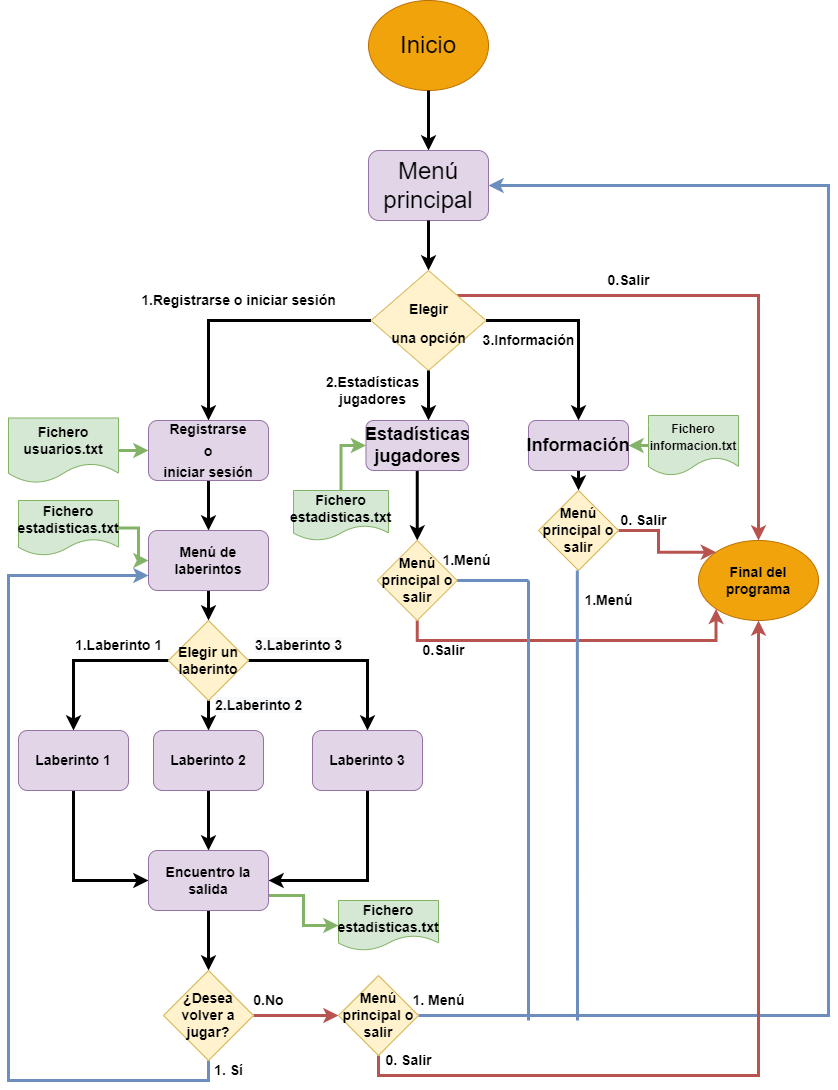
aigora/twE100_2122-te-has-perdido keeps this draw.io diagram as diagrama_de_flujo.png. Above is the earlier version. Source tidied: cells renumbered, new cells last; positions are measured from the earlier drawing's top-left corner, leaving out a move shared by most shapes.
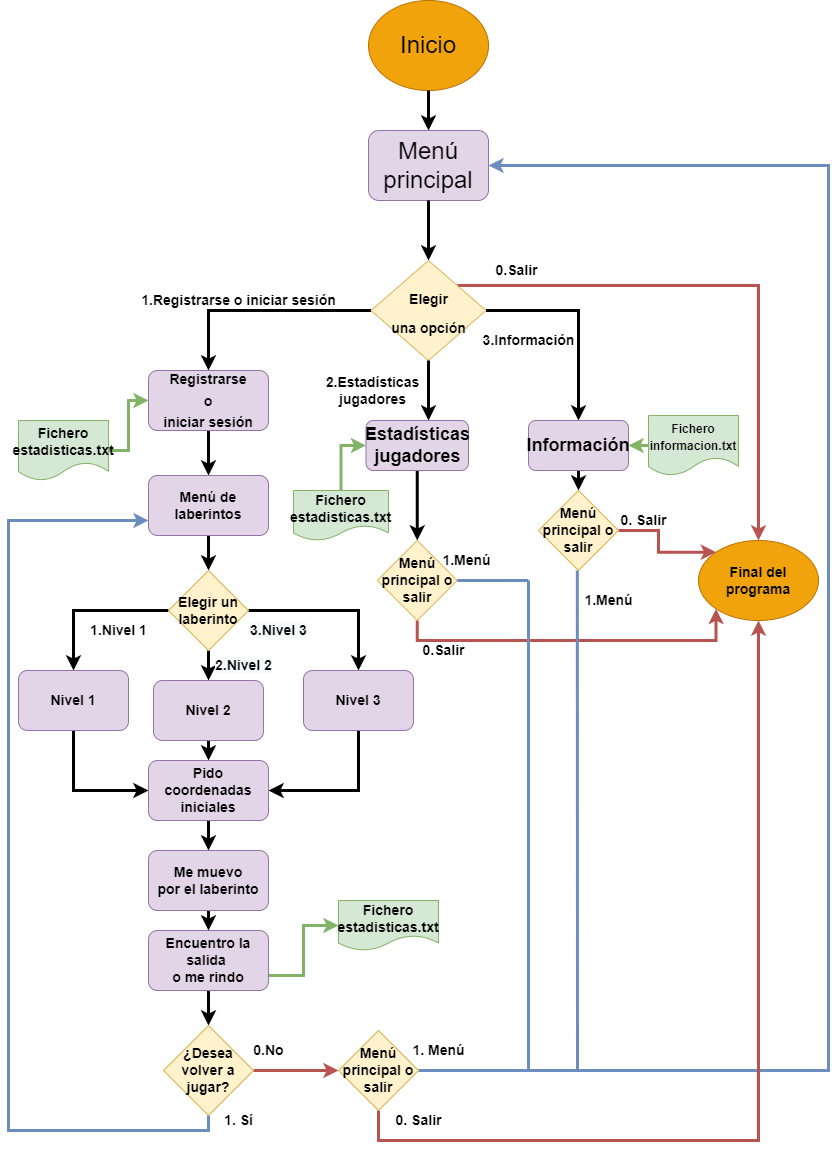
Above is the later version.

Commit message:
Cambio en el diagrama de flujos

Change to the diagram source:
```diff
@@ -5,18 +5,14 @@
     <mxCell id="2" value="&lt;font style=&quot;font-size: 24px&quot;&gt;Inicio&lt;/font&gt;" style="ellipse;whiteSpace=wrap;html=1;fillColor=#f0a30a;fontColor=#000000;strokeColor=#BD7000;" parent="1" vertex="1">
       <mxGeometry x="360" width="120" height="90" as="geometry" />
     </mxCell>
-    <mxCell id="3" style="endArrow=classic;html=1;rounded=0;fontSize=24;exitX=0.5;exitY=1;exitDx=0;exitDy=0;strokeWidth=3;" parent="1" edge="1" source="2">
-      <mxGeometry relative="1" as="geometry">
-        <mxPoint x="420" y="150" as="targetPoint" />
-      </mxGeometry>
+    <mxCell id="3" style="endArrow=classic;html=1;rounded=0;fontSize=24;exitX=0.5;exitY=1;exitDx=0;exitDy=0;strokeWidth=3;entryX=0.5;entryY=0;entryDx=0;entryDy=0;" parent="1" edge="1" source="2" target="4">
+      <mxGeometry relative="1" as="geometry" />
     </mxCell>
     <mxCell id="4" value="&lt;font style=&quot;font-size: 24px&quot;&gt;Menú&lt;br&gt;principal&lt;/font&gt;" style="rounded=1;whiteSpace=wrap;html=1;fontSize=24;align=center;fillColor=#e1d5e7;strokeColor=#9673a6;" parent="1" vertex="1">
-      <mxGeometry x="360" y="150" width="120" height="70" as="geometry" />
+      <mxGeometry x="360" y="130" width="120" height="70" as="geometry" />
     </mxCell>
-    <mxCell id="5" style="endArrow=classic;html=1;rounded=0;fontSize=24;exitX=0.5;exitY=1;exitDx=0;exitDy=0;strokeWidth=3;" parent="1" edge="1" source="4">
-      <mxGeometry relative="1" as="geometry">
-        <mxPoint x="420" y="270" as="targetPoint" />
-      </mxGeometry>
+    <mxCell id="5" style="endArrow=classic;html=1;rounded=0;fontSize=24;exitX=0.5;exitY=1;exitDx=0;exitDy=0;strokeWidth=3;entryX=0.5;entryY=0;entryDx=0;entryDy=0;" parent="1" edge="1" source="4" target="9">
+      <mxGeometry relative="1" as="geometry" />
     </mxCell>
     <mxCell id="6" style="edgeStyle=orthogonalEdgeStyle;rounded=0;jettySize=auto;html=1;exitX=0;exitY=0.5;exitDx=0;exitDy=0;entryX=0.5;entryY=0;entryDx=0;entryDy=0;fontSize=18;strokeWidth=3;" parent="1" edge="1" source="9" target="12">
       <mxGeometry relative="1" as="geometry" />
@@ -28,7 +24,7 @@
       <mxGeometry relative="1" as="geometry" />
     </mxCell>
     <mxCell id="9" value="&lt;font style=&quot;font-size: 14px&quot;&gt;&lt;b&gt;Elegir&lt;br&gt;una opción&lt;/b&gt;&lt;/font&gt;" style="rhombus;whiteSpace=wrap;html=1;fontSize=24;fillColor=#fff2cc;strokeColor=#d6b656;" parent="1" vertex="1">
-      <mxGeometry x="362.5" y="270" width="115" height="100" as="geometry" />
+      <mxGeometry x="362.5" y="260" width="115" height="100" as="geometry" />
     </mxCell>
     <mxCell id="10" style="endArrow=classic;html=1;rounded=0;fontSize=18;exitX=0.5;exitY=1;exitDx=0;exitDy=0;strokeWidth=3;" parent="1" edge="1" source="9">
       <mxGeometry relative="1" as="geometry">
@@ -39,7 +35,7 @@
       <mxGeometry relative="1" as="geometry" />
     </mxCell>
     <mxCell id="12" value="&lt;font style=&quot;font-size: 14px&quot;&gt;&lt;b&gt;Registrarse&lt;br&gt;o&lt;br&gt;iniciar sesión&lt;/b&gt;&lt;/font&gt;" style="rounded=1;whiteSpace=wrap;html=1;fontSize=18;fillColor=#e1d5e7;strokeColor=#9673a6;" parent="1" vertex="1">
-      <mxGeometry x="140" y="420" width="120" height="60" as="geometry" />
+      <mxGeometry x="140" y="370" width="120" height="60" as="geometry" />
     </mxCell>
     <mxCell id="13" style="edgeStyle=orthogonalEdgeStyle;rounded=0;jettySize=auto;html=1;exitX=0.5;exitY=1;exitDx=0;exitDy=0;entryX=0.5;entryY=0;entryDx=0;entryDy=0;fontSize=12;strokeWidth=3;" parent="1" edge="1" source="14" target="55">
       <mxGeometry relative="1" as="geometry" />
@@ -57,7 +53,7 @@
       <mxGeometry x="690" y="540" width="120" height="80" as="geometry" />
     </mxCell>
     <mxCell id="18" value="&lt;b&gt;0.Salir&lt;/b&gt;" style="text;html=1;align=center;verticalAlign=middle;strokeColor=none;fillColor=none;fontSize=14;" parent="1" vertex="1">
-      <mxGeometry x="590" y="270" width="60" height="20" as="geometry" />
+      <mxGeometry x="477.5" y="260" width="60" height="20" as="geometry" />
     </mxCell>
     <mxCell id="19" value="&lt;b&gt;3.Información&lt;/b&gt;" style="text;html=1;align=center;verticalAlign=middle;strokeColor=none;fillColor=none;fontSize=14;" parent="1" vertex="1">
       <mxGeometry x="465" y="330" width="110" height="20" as="geometry" />
@@ -72,13 +68,13 @@
       <mxGeometry relative="1" as="geometry" />
     </mxCell>
     <mxCell id="23" value="&lt;b&gt;Menú de laberintos&lt;/b&gt;" style="rounded=1;whiteSpace=wrap;html=1;fontSize=14;fillColor=#e1d5e7;strokeColor=#9673a6;" parent="1" vertex="1">
-      <mxGeometry x="140" y="530" width="120" height="60" as="geometry" />
+      <mxGeometry x="140" y="475" width="120" height="60" as="geometry" />
     </mxCell>
-    <mxCell id="24" style="edgeStyle=orthogonalEdgeStyle;rounded=0;jettySize=auto;html=1;exitX=1;exitY=0.5;exitDx=0;exitDy=0;entryX=0;entryY=0.5;entryDx=0;entryDy=0;fontSize=14;fillColor=#d5e8d4;strokeColor=#82b366;strokeWidth=3;" parent="1" edge="1" source="25" target="23">
-      <mxGeometry relative="1" as="geometry" />
-    </mxCell>
+    <mxCell id="70" style="edgeStyle=orthogonalEdgeStyle;rounded=0;jettySize=auto;html=1;exitX=1;exitY=0.5;exitDx=0;exitDy=0;entryX=0;entryY=0.5;entryDx=0;entryDy=0;fillColor=#d5e8d4;strokeColor=#82b366;strokeWidth=3;" parent="1" edge="1" source="25" target="12">
+      <mxGeometry relative="1" as="geometry" />
+    </mxCell>
     <mxCell id="25" value="&lt;b&gt;Fichero&lt;/b&gt;&lt;b&gt;&lt;br&gt;estadisticas.txt&lt;/b&gt;" style="shape=document;whiteSpace=wrap;html=1;boundedLbl=1;fontSize=14;fillColor=#d5e8d4;strokeColor=#82b366;" parent="1" vertex="1">
-      <mxGeometry x="10" y="500" width="100" height="55" as="geometry" />
+      <mxGeometry x="10" y="420" width="90" height="60" as="geometry" />
     </mxCell>
     <mxCell id="26" style="edgeStyle=orthogonalEdgeStyle;rounded=0;jettySize=auto;html=1;exitX=0.5;exitY=1;exitDx=0;exitDy=0;entryX=0.5;entryY=0;entryDx=0;entryDy=0;fontSize=14;strokeWidth=3;" parent="1" edge="1" source="29" target="33">
       <mxGeometry relative="1" as="geometry" />
@@ -90,25 +86,25 @@
       <mxGeometry relative="1" as="geometry" />
     </mxCell>
     <mxCell id="29" value="&lt;b&gt;Elegir un laberinto&lt;/b&gt;" style="rhombus;whiteSpace=wrap;html=1;fontSize=14;fillColor=#fff2cc;strokeColor=#d6b656;" parent="1" vertex="1">
-      <mxGeometry x="160" y="620" width="80" height="80" as="geometry" />
+      <mxGeometry x="160" y="570" width="80" height="80" as="geometry" />
     </mxCell>
-    <mxCell id="30" style="edgeStyle=orthogonalEdgeStyle;rounded=0;jettySize=auto;html=1;exitX=0.5;exitY=1;exitDx=0;exitDy=0;entryX=0;entryY=0.5;entryDx=0;entryDy=0;fontSize=14;strokeWidth=3;" parent="1" edge="1" source="31" target="38">
-      <mxGeometry relative="1" as="geometry" />
-    </mxCell>
+    <mxCell id="71" style="edgeStyle=orthogonalEdgeStyle;rounded=0;jettySize=auto;html=1;exitX=0.5;exitY=1;exitDx=0;exitDy=0;entryX=0;entryY=0.5;entryDx=0;entryDy=0;strokeWidth=3;" parent="1" edge="1" source="31" target="75">
+      <mxGeometry relative="1" as="geometry" />
+    </mxCell>
-    <mxCell id="31" value="&lt;b&gt;Laberinto 1&lt;/b&gt;" style="rounded=1;whiteSpace=wrap;html=1;fontSize=14;fillColor=#e1d5e7;strokeColor=#9673a6;" parent="1" vertex="1">
-      <mxGeometry x="10" y="730" width="110" height="60" as="geometry" />
+    <mxCell id="31" value="&lt;b&gt;Nivel 1&lt;/b&gt;" style="rounded=1;whiteSpace=wrap;html=1;fontSize=14;fillColor=#e1d5e7;strokeColor=#9673a6;" parent="1" vertex="1">
+      <mxGeometry x="10" y="670" width="110" height="60" as="geometry" />
     </mxCell>
-    <mxCell id="32" style="edgeStyle=orthogonalEdgeStyle;rounded=0;jettySize=auto;html=1;exitX=0.5;exitY=1;exitDx=0;exitDy=0;entryX=0.5;entryY=0;entryDx=0;entryDy=0;fontSize=14;strokeWidth=3;" parent="1" edge="1" source="33" target="38">
-      <mxGeometry relative="1" as="geometry" />
-    </mxCell>
+    <mxCell id="72" style="edgeStyle=orthogonalEdgeStyle;rounded=0;jettySize=auto;html=1;exitX=0.5;exitY=1;exitDx=0;exitDy=0;entryX=0.5;entryY=0;entryDx=0;entryDy=0;strokeWidth=3;" parent="1" edge="1" source="33" target="75">
+      <mxGeometry relative="1" as="geometry" />
+    </mxCell>
-    <mxCell id="33" value="&lt;b&gt;Laberinto 2&lt;/b&gt;" style="rounded=1;whiteSpace=wrap;html=1;fontSize=14;fillColor=#e1d5e7;strokeColor=#9673a6;" parent="1" vertex="1">
-      <mxGeometry x="145" y="730" width="110" height="60" as="geometry" />
+    <mxCell id="33" value="&lt;b&gt;Nivel 2&lt;/b&gt;" style="rounded=1;whiteSpace=wrap;html=1;fontSize=14;fillColor=#e1d5e7;strokeColor=#9673a6;" parent="1" vertex="1">
+      <mxGeometry x="145" y="680" width="110" height="60" as="geometry" />
     </mxCell>
-    <mxCell id="34" style="edgeStyle=orthogonalEdgeStyle;rounded=0;jettySize=auto;html=1;exitX=0.5;exitY=1;exitDx=0;exitDy=0;entryX=1;entryY=0.5;entryDx=0;entryDy=0;fontSize=14;strokeWidth=3;" parent="1" edge="1" source="35" target="38">
-      <mxGeometry relative="1" as="geometry" />
-    </mxCell>
+    <mxCell id="73" style="edgeStyle=orthogonalEdgeStyle;rounded=0;jettySize=auto;html=1;exitX=0.5;exitY=1;exitDx=0;exitDy=0;entryX=1;entryY=0.5;entryDx=0;entryDy=0;strokeWidth=3;" parent="1" edge="1" source="35" target="75">
+      <mxGeometry relative="1" as="geometry" />
+    </mxCell>
-    <mxCell id="35" value="&lt;b&gt;Laberinto 3&lt;/b&gt;" style="rounded=1;whiteSpace=wrap;html=1;fontSize=14;fillColor=#e1d5e7;strokeColor=#9673a6;" parent="1" vertex="1">
-      <mxGeometry x="304" y="730" width="110" height="60" as="geometry" />
+    <mxCell id="35" value="&lt;b&gt;Nivel 3&lt;/b&gt;" style="rounded=1;whiteSpace=wrap;html=1;fontSize=14;fillColor=#e1d5e7;strokeColor=#9673a6;" parent="1" vertex="1">
+      <mxGeometry x="295" y="670" width="110" height="60" as="geometry" />
     </mxCell>
     <mxCell id="36" style="edgeStyle=orthogonalEdgeStyle;rounded=0;jettySize=auto;html=1;exitX=1;exitY=0.75;exitDx=0;exitDy=0;entryX=0;entryY=0.5;entryDx=0;entryDy=0;fontSize=14;fillColor=#d5e8d4;strokeColor=#82b366;strokeWidth=3;" parent="1" edge="1" source="38" target="39">
       <mxGeometry relative="1" as="geometry" />
@@ -116,8 +112,8 @@
     <mxCell id="37" style="edgeStyle=orthogonalEdgeStyle;rounded=0;jettySize=auto;html=1;exitX=0.5;exitY=1;exitDx=0;exitDy=0;entryX=0.5;entryY=0;entryDx=0;entryDy=0;fontSize=14;strokeWidth=3;" parent="1" edge="1" source="38" target="42">
       <mxGeometry relative="1" as="geometry" />
     </mxCell>
-    <mxCell id="38" value="&lt;b&gt;Encuentro la salida&lt;/b&gt;" style="rounded=1;whiteSpace=wrap;html=1;fontSize=14;fillColor=#e1d5e7;strokeColor=#9673a6;" parent="1" vertex="1">
-      <mxGeometry x="140" y="850" width="120" height="60" as="geometry" />
+    <mxCell id="38" value="&lt;b&gt;Encuentro la salida &lt;br&gt;o me rindo&lt;/b&gt;" style="rounded=1;whiteSpace=wrap;html=1;fontSize=14;fillColor=#e1d5e7;strokeColor=#9673a6;" parent="1" vertex="1">
+      <mxGeometry x="140" y="930" width="120" height="60" as="geometry" />
     </mxCell>
     <mxCell id="39" value="&lt;b&gt;Fichero&lt;/b&gt;&lt;b&gt;&lt;br&gt;estadisticas.txt&lt;/b&gt;" style="shape=document;whiteSpace=wrap;html=1;boundedLbl=1;fontSize=14;fillColor=#d5e8d4;strokeColor=#82b366;" parent="1" vertex="1">
       <mxGeometry x="330" y="900" width="100" height="50" as="geometry" />
@@ -128,40 +124,45 @@
     <mxCell id="41" style="edgeStyle=orthogonalEdgeStyle;rounded=0;jettySize=auto;html=1;exitX=0.5;exitY=1;exitDx=0;exitDy=0;entryX=0;entryY=0.75;entryDx=0;entryDy=0;fontSize=14;strokeWidth=3;fillColor=#dae8fc;strokeColor=#6c8ebf;" parent="1" edge="1" source="42" target="23">
       <mxGeometry relative="1" as="geometry">
         <Array as="points">
-          <mxPoint x="200" y="1080" />
-          <mxPoint y="1080" />
-          <mxPoint y="575" />
+          <mxPoint x="200" y="1130" />
+          <mxPoint y="1130" />
+          <mxPoint y="520" />
         </Array>
       </mxGeometry>
     </mxCell>
     <mxCell id="42" value="&lt;b&gt;¿Desea volver a jugar?&lt;/b&gt;" style="rhombus;whiteSpace=wrap;html=1;fontSize=14;fillColor=#fff2cc;strokeColor=#d6b656;" parent="1" vertex="1">
-      <mxGeometry x="155" y="970" width="90" height="90" as="geometry" />
+      <mxGeometry x="155" y="1025" width="90" height="90" as="geometry" />
     </mxCell>
-    <mxCell id="43" style="edgeStyle=orthogonalEdgeStyle;rounded=0;jettySize=auto;html=1;exitX=1;exitY=0.5;exitDx=0;exitDy=0;entryX=1;entryY=0.5;entryDx=0;entryDy=0;fontSize=14;fillColor=#dae8fc;strokeColor=#6c8ebf;strokeWidth=3;" parent="1" edge="1" source="45" target="4">
+    <mxCell id="43" style="edgeStyle=orthogonalEdgeStyle;rounded=0;jettySize=auto;html=1;exitX=1;exitY=0.5;exitDx=0;exitDy=0;fontSize=14;fillColor=#dae8fc;strokeColor=#6c8ebf;strokeWidth=3;entryX=1;entryY=0.5;entryDx=0;entryDy=0;" parent="1" edge="1" source="45" target="4">
       <mxGeometry relative="1" as="geometry">
         <Array as="points">
-          <mxPoint x="820" y="1015" />
-          <mxPoint x="820" y="185" />
+          <mxPoint x="820" y="1070" />
+          <mxPoint x="820" y="165" />
         </Array>
       </mxGeometry>
     </mxCell>
     <mxCell id="44" style="edgeStyle=orthogonalEdgeStyle;rounded=0;jettySize=auto;html=1;exitX=0.5;exitY=1;exitDx=0;exitDy=0;entryX=0.5;entryY=1;entryDx=0;entryDy=0;fontSize=14;fillColor=#f8cecc;strokeColor=#b85450;strokeWidth=3;" parent="1" edge="1" source="45" target="17">
-      <mxGeometry relative="1" as="geometry" />
+      <mxGeometry relative="1" as="geometry">
+        <Array as="points">
+          <mxPoint x="370" y="1140" />
+          <mxPoint x="750" y="1140" />
+        </Array>
+      </mxGeometry>
     </mxCell>
     <mxCell id="45" value="&lt;b&gt;Menú principal o salir&lt;/b&gt;" style="rhombus;whiteSpace=wrap;html=1;fontSize=14;fillColor=#fff2cc;strokeColor=#d6b656;" parent="1" vertex="1">
-      <mxGeometry x="330" y="975" width="80" height="80" as="geometry" />
+      <mxGeometry x="330" y="1030" width="80" height="80" as="geometry" />
     </mxCell>
     <mxCell id="46" value="&lt;b&gt;0.No&lt;/b&gt;" style="text;html=1;align=center;verticalAlign=middle;strokeColor=none;fillColor=none;fontSize=14;" parent="1" vertex="1">
-      <mxGeometry x="235" y="990" width="50" height="20" as="geometry" />
+      <mxGeometry x="235" y="1040" width="50" height="20" as="geometry" />
     </mxCell>
     <mxCell id="47" value="&lt;b&gt;1. Sí&lt;/b&gt;" style="text;html=1;align=center;verticalAlign=middle;strokeColor=none;fillColor=none;fontSize=14;" parent="1" vertex="1">
-      <mxGeometry x="200" y="1060" width="40" height="20" as="geometry" />
+      <mxGeometry x="210" y="1110" width="40" height="20" as="geometry" />
     </mxCell>
     <mxCell id="48" value="&lt;b&gt;1. Menú&lt;/b&gt;" style="text;html=1;align=center;verticalAlign=middle;strokeColor=none;fillColor=none;fontSize=14;" parent="1" vertex="1">
-      <mxGeometry x="395" y="990" width="70" height="20" as="geometry" />
+      <mxGeometry x="395" y="1040" width="70" height="20" as="geometry" />
     </mxCell>
     <mxCell id="49" value="&lt;b&gt;0. Salir&lt;/b&gt;" style="text;html=1;align=center;verticalAlign=middle;strokeColor=none;fillColor=none;fontSize=14;" parent="1" vertex="1">
-      <mxGeometry x="370" y="1050" width="60" height="20" as="geometry" />
+      <mxGeometry x="380" y="1110" width="60" height="20" as="geometry" />
     </mxCell>
     <mxCell id="50" style="edgeStyle=orthogonalEdgeStyle;rounded=0;jettySize=auto;html=1;exitX=0;exitY=0.5;exitDx=0;exitDy=0;entryX=1;entryY=0.5;entryDx=0;entryDy=0;fontSize=14;fillColor=#d5e8d4;strokeColor=#82b366;strokeWidth=3;" parent="1" edge="1" source="51" target="16">
       <mxGeometry relative="1" as="geometry" />
@@ -213,29 +214,35 @@
     <mxCell id="63" style="endArrow=none;html=1;rounded=0;fontSize=14;strokeWidth=3;fillColor=#dae8fc;strokeColor=#6c8ebf;" parent="1" edge="1">
       <mxGeometry relative="1" as="geometry">
         <mxPoint x="520" y="580" as="sourcePoint" />
-        <mxPoint x="520" y="1020" as="targetPoint" />
+        <mxPoint x="520" y="1070" as="targetPoint" />
       </mxGeometry>
     </mxCell>
     <mxCell id="64" style="endArrow=none;html=1;rounded=0;fontSize=14;strokeWidth=3;fillColor=#dae8fc;strokeColor=#6c8ebf;" parent="1" edge="1">
       <mxGeometry relative="1" as="geometry">
-        <mxPoint x="569" y="1020" as="sourcePoint" />
+        <mxPoint x="569" y="1070" as="sourcePoint" />
         <mxPoint x="568.8" y="570" as="targetPoint" />
       </mxGeometry>
     </mxCell>
-    <mxCell id="65" style="edgeStyle=orthogonalEdgeStyle;rounded=0;jettySize=auto;html=1;exitX=1;exitY=0.5;exitDx=0;exitDy=0;fontSize=14;fillColor=#d5e8d4;strokeColor=#82b366;strokeWidth=3;" parent="1" edge="1" source="66" target="12">
-      <mxGeometry relative="1" as="geometry" />
-    </mxCell>
-    <mxCell id="66" value="&lt;font style=&quot;font-size: 14px;&quot;&gt;&lt;b&gt;Fichero&lt;br&gt;usuarios.txt&lt;/b&gt;&lt;/font&gt;" style="shape=document;whiteSpace=wrap;html=1;boundedLbl=1;fillColor=#d5e8d4;strokeColor=#82b366;" parent="1" vertex="1">
-      <mxGeometry y="417.5" width="110" height="65" as="geometry" />
-    </mxCell>
-    <mxCell id="67" value="&lt;b&gt;1.Laberinto 1&lt;/b&gt;" style="text;html=1;align=center;verticalAlign=middle;strokeColor=none;fillColor=none;fontSize=14;" parent="1" vertex="1">
-      <mxGeometry x="60" y="635" width="100" height="20" as="geometry" />
+    <mxCell id="67" value="&lt;b&gt;1.Nivel 1&lt;/b&gt;" style="text;html=1;align=center;verticalAlign=middle;strokeColor=none;fillColor=none;fontSize=14;" parent="1" vertex="1">
+      <mxGeometry x="75" y="620" width="70" height="20" as="geometry" />
     </mxCell>
-    <mxCell id="68" value="&lt;span style=&quot;color: rgb(0, 0, 0); font-family: Helvetica; font-size: 14px; font-style: normal; font-variant-ligatures: normal; font-variant-caps: normal; letter-spacing: normal; orphans: 2; text-align: center; text-indent: 0px; text-transform: none; widows: 2; word-spacing: 0px; -webkit-text-stroke-width: 0px; background-color: rgb(248, 249, 250); text-decoration-thickness: initial; text-decoration-style: initial; text-decoration-color: initial; float: none; display: inline !important;&quot;&gt;&lt;b&gt;2.Laberinto 2&lt;/b&gt;&lt;/span&gt;" style="text;whiteSpace=wrap;html=1;fontSize=14;" parent="1" vertex="1">
-      <mxGeometry x="205" y="690" width="110" height="30" as="geometry" />
+    <mxCell id="68" value="&lt;span style=&quot;color: rgb(0, 0, 0); font-family: Helvetica; font-size: 14px; font-style: normal; font-variant-ligatures: normal; font-variant-caps: normal; letter-spacing: normal; orphans: 2; text-align: center; text-indent: 0px; text-transform: none; widows: 2; word-spacing: 0px; -webkit-text-stroke-width: 0px; background-color: rgb(248, 249, 250); text-decoration-thickness: initial; text-decoration-style: initial; text-decoration-color: initial; float: none; display: inline !important;&quot;&gt;&lt;b&gt;2.Nivel 2&lt;/b&gt;&lt;/span&gt;" style="text;whiteSpace=wrap;html=1;fontSize=14;" parent="1" vertex="1">
+      <mxGeometry x="205" y="650" width="110" height="30" as="geometry" />
     </mxCell>
-    <mxCell id="69" value="&lt;span style=&quot;color: rgb(0, 0, 0); font-family: Helvetica; font-size: 14px; font-style: normal; font-variant-ligatures: normal; font-variant-caps: normal; letter-spacing: normal; orphans: 2; text-align: center; text-indent: 0px; text-transform: none; widows: 2; word-spacing: 0px; -webkit-text-stroke-width: 0px; background-color: rgb(248, 249, 250); text-decoration-thickness: initial; text-decoration-style: initial; text-decoration-color: initial; float: none; display: inline !important;&quot;&gt;&lt;b&gt;3.Laberinto 3&lt;/b&gt;&lt;/span&gt;" style="text;whiteSpace=wrap;html=1;fontSize=14;" parent="1" vertex="1">
-      <mxGeometry x="245" y="630" width="110" height="30" as="geometry" />
+    <mxCell id="69" value="&lt;span style=&quot;color: rgb(0, 0, 0); font-family: Helvetica; font-size: 14px; font-style: normal; font-variant-ligatures: normal; font-variant-caps: normal; letter-spacing: normal; orphans: 2; text-align: center; text-indent: 0px; text-transform: none; widows: 2; word-spacing: 0px; -webkit-text-stroke-width: 0px; background-color: rgb(248, 249, 250); text-decoration-thickness: initial; text-decoration-style: initial; text-decoration-color: initial; float: none; display: inline !important;&quot;&gt;&lt;b&gt;3.Nivel 3&lt;/b&gt;&lt;/span&gt;" style="text;whiteSpace=wrap;html=1;fontSize=14;" parent="1" vertex="1">
+      <mxGeometry x="240" y="615" width="110" height="30" as="geometry" />
     </mxCell>
+    <mxCell id="74" style="edgeStyle=orthogonalEdgeStyle;rounded=0;jettySize=auto;html=1;exitX=0.5;exitY=1;exitDx=0;exitDy=0;entryX=0.5;entryY=0;entryDx=0;entryDy=0;strokeWidth=3;" parent="1" edge="1" source="75" target="77">
+      <mxGeometry relative="1" as="geometry" />
+    </mxCell>
+    <mxCell id="75" value="&lt;b&gt;Pido coordenadas iniciales&lt;/b&gt;" style="rounded=1;whiteSpace=wrap;html=1;fontSize=14;fillColor=#e1d5e7;strokeColor=#9673a6;" parent="1" vertex="1">
+      <mxGeometry x="140" y="760" width="120" height="60" as="geometry" />
+    </mxCell>
+    <mxCell id="76" style="edgeStyle=orthogonalEdgeStyle;rounded=0;jettySize=auto;html=1;exitX=0.5;exitY=1;exitDx=0;exitDy=0;entryX=0.5;entryY=0;entryDx=0;entryDy=0;strokeWidth=3;" parent="1" edge="1" source="77" target="38">
+      <mxGeometry relative="1" as="geometry" />
+    </mxCell>
+    <mxCell id="77" value="&lt;b&gt;Me muevo&lt;br&gt;por el laberinto&lt;/b&gt;" style="rounded=1;whiteSpace=wrap;html=1;fontSize=14;fillColor=#e1d5e7;strokeColor=#9673a6;" parent="1" vertex="1">
+      <mxGeometry x="140" y="850" width="120" height="60" as="geometry" />
+    </mxCell>
   </root>
 </mxGraphModel>
```
